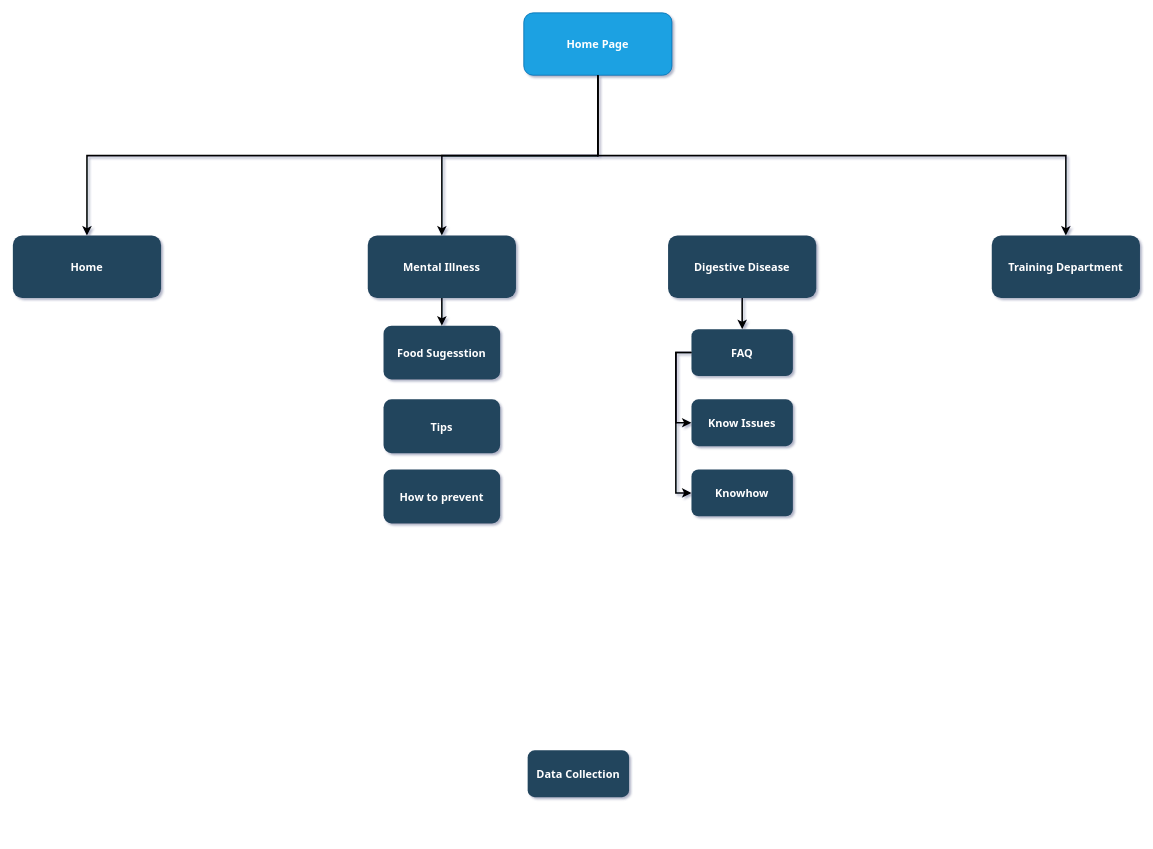
SeakmengChheang/hw5-6 keeps this draw.io diagram as Untitled Diagram.drawio. Above is the earlier version. Source tidied: cells renumbered, new cells numbered last; positions are measured from the earlier drawing's top-left corner, leaving out a move shared by most shapes. Both pictures are drawn from the tidied source at 78%, with x=0, y=0 at pixel (12, 12).
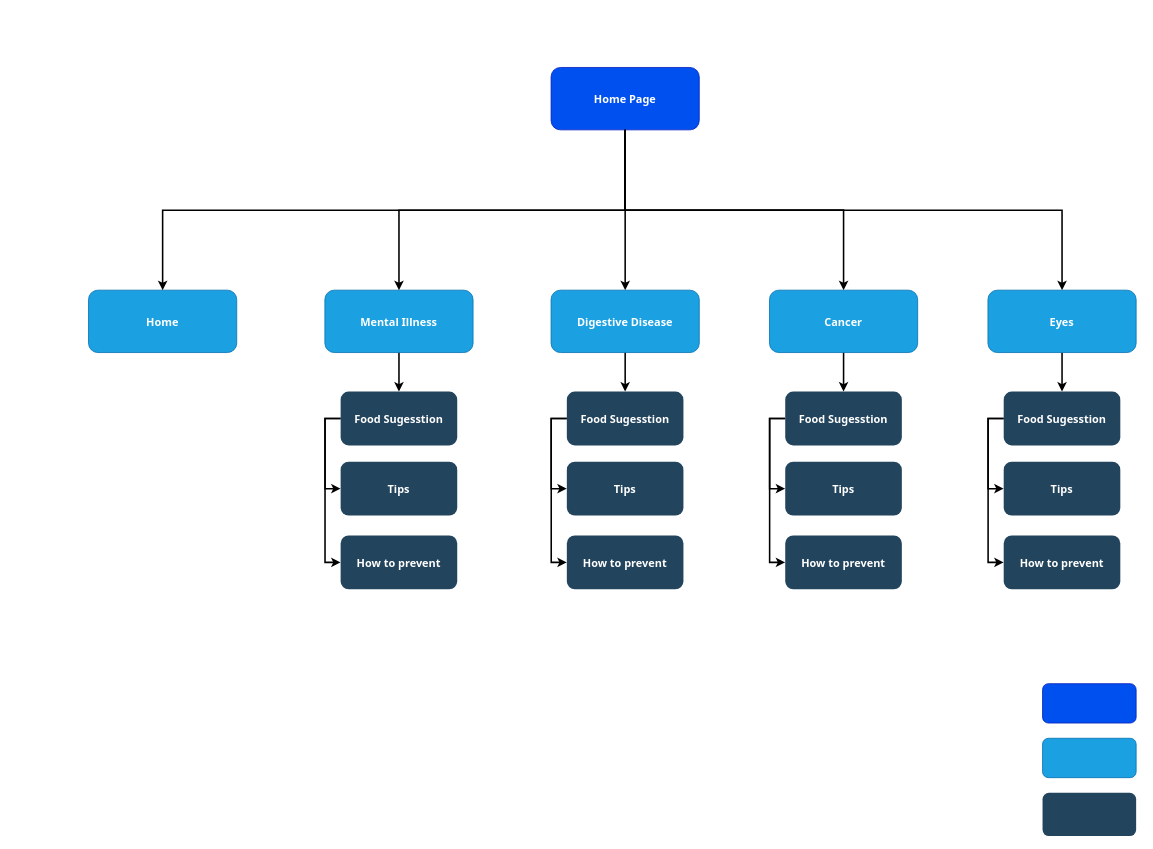
The same diagram, later.

Diff of the diagram source:
```diff
@@
-<mxGraphModel background="#ffffff" shadow="1">
+<mxGraphModel>
@@
+    <mxCell id="21" style="edgeStyle=orthogonalEdgeStyle;rounded=0;jettySize=auto;html=1;exitX=0.5;exitY=1;exitDx=0;exitDy=0;entryX=0.5;entryY=0;entryDx=0;entryDy=0;strokeWidth=2;" parent="1" edge="1" source="2" target="5">
+      <mxGeometry relative="1" as="geometry" />
+    </mxCell>
+    <mxCell id="22" style="edgeStyle=orthogonalEdgeStyle;rounded=0;jettySize=auto;html=1;exitX=0.5;exitY=1;exitDx=0;exitDy=0;entryX=0.5;entryY=0;entryDx=0;entryDy=0;strokeWidth=2;" parent="1" edge="1" source="2" target="33">
+      <mxGeometry relative="1" as="geometry" />
+    </mxCell>
-    <mxCell id="2" value="Home Page" style="rounded=1;fillColor=#1ba1e2;strokeColor=#006EAF;fontStyle=1;fontFamily=Tahoma;fontSize=14;glass=0;fontColor=#ffffff;" parent="1" vertex="1">
-      <mxGeometry x="655" width="190" height="80" as="geometry" />
+    <mxCell id="2" value="Home Page" style="rounded=1;fillColor=#0050ef;strokeColor=#001DBC;fontStyle=1;fontFamily=Tahoma;fontSize=14;glass=0;fontColor=#ffffff;" parent="1" vertex="1">
+      <mxGeometry x="690" y="70" width="190" height="80" as="geometry" />
     </mxCell>
-    <mxCell id="3" value="Training Department" style="rounded=1;fillColor=#23445D;gradientColor=none;strokeColor=none;fontColor=#FFFFFF;fontStyle=1;fontFamily=Tahoma;fontSize=14;" parent="1" vertex="1">
-      <mxGeometry x="1255" y="285.5" width="190" height="80" as="geometry" />
-    </mxCell>
-    <mxCell id="4" style="edgeStyle=elbowEdgeStyle;elbow=vertical;strokeWidth=2;rounded=0;" parent="1" edge="1" source="2" target="3">
-      <mxGeometry x="337" y="215.5" as="geometry" />
+    <mxCell id="4" style="edgeStyle=elbowEdgeStyle;elbow=vertical;strokeWidth=2;rounded=0;entryX=0.5;entryY=0;entryDx=0;entryDy=0;" parent="1" edge="1" source="2" target="40">
+      <mxGeometry x="434" y="285.5" as="geometry" />
     </mxCell>
-    <mxCell id="5" value="Digestive Disease" style="rounded=1;fillColor=#23445D;gradientColor=none;strokeColor=none;fontColor=#FFFFFF;fontStyle=1;fontFamily=Tahoma;fontSize=14;" parent="1" vertex="1">
-      <mxGeometry x="840" y="285.5" width="190" height="80" as="geometry" />
-    </mxCell>
+    <mxCell id="17" style="edgeStyle=orthogonalEdgeStyle;rounded=0;jettySize=auto;html=1;strokeWidth=2;" parent="1" edge="1" source="6" target="8">
+      <mxGeometry relative="1" as="geometry" />
+    </mxCell>
-    <mxCell id="6" value="Mental Illness" style="rounded=1;fillColor=#23445D;gradientColor=none;strokeColor=none;fontColor=#FFFFFF;fontStyle=1;fontFamily=Tahoma;fontSize=14;" parent="1" vertex="1">
-      <mxGeometry x="455" y="285.5" width="190" height="80" as="geometry" />
+    <mxCell id="6" value="Mental Illness" style="rounded=1;fillColor=#1ba1e2;strokeColor=#006EAF;fontColor=#ffffff;fontStyle=1;fontFamily=Tahoma;fontSize=14;" parent="1" vertex="1">
+      <mxGeometry x="400" y="355.5" width="190" height="80" as="geometry" />
     </mxCell>
-    <mxCell id="7" value="Home" style="rounded=1;fillColor=#23445D;gradientColor=none;strokeColor=none;fontColor=#FFFFFF;fontStyle=1;fontFamily=Tahoma;fontSize=14;" parent="1" vertex="1">
-      <mxGeometry y="285.5" width="190" height="80" as="geometry" />
+    <mxCell id="7" value="Home" style="rounded=1;fillColor=#1ba1e2;strokeColor=#006EAF;fontColor=#ffffff;fontStyle=1;fontFamily=Tahoma;fontSize=14;" parent="1" vertex="1">
+      <mxGeometry x="97" y="355.5" width="190" height="80" as="geometry" />
     </mxCell>
+    <mxCell id="23" style="edgeStyle=orthogonalEdgeStyle;rounded=0;jettySize=auto;html=1;exitX=0;exitY=0.5;exitDx=0;exitDy=0;entryX=0;entryY=0.5;entryDx=0;entryDy=0;strokeWidth=2;" parent="1" edge="1" source="8" target="20">
+      <mxGeometry relative="1" as="geometry" />
+    </mxCell>
+    <mxCell id="24" style="edgeStyle=orthogonalEdgeStyle;rounded=0;jettySize=auto;html=1;exitX=0;exitY=0.5;exitDx=0;exitDy=0;entryX=0;entryY=0.5;entryDx=0;entryDy=0;strokeWidth=2;" parent="1" edge="1" source="8" target="25">
+      <mxGeometry relative="1" as="geometry" />
+    </mxCell>
     <mxCell id="8" value="Food Sugesstion" style="rounded=1;fillColor=#23445D;gradientColor=none;strokeColor=none;fontColor=#FFFFFF;fontStyle=1;fontFamily=Tahoma;fontSize=14;glass=0;shadow=0;" parent="1" vertex="1">
-      <mxGeometry x="475.2" y="401" width="149.5" height="69" as="geometry" />
+      <mxGeometry x="420.2" y="485.5" width="149.5" height="69" as="geometry" />
     </mxCell>
-    <mxCell id="9" value="Data Collection" style="rounded=1;fillColor=#23445D;gradientColor=none;strokeColor=none;fontColor=#FFFFFF;fontStyle=1;fontFamily=Tahoma;fontSize=14;" parent="1" vertex="1">
-      <mxGeometry x="660" y="945.5" width="130" height="60" as="geometry" />
-    </mxCell>
-    <mxCell id="10" value="FAQ" style="rounded=1;fillColor=#23445D;gradientColor=none;strokeColor=none;fontColor=#FFFFFF;fontStyle=1;fontFamily=Tahoma;fontSize=14;" parent="1" vertex="1">
-      <mxGeometry x="870" y="405.5" width="130" height="60" as="geometry" />
-    </mxCell>
-    <mxCell id="11" value="Know Issues" style="rounded=1;fillColor=#23445D;gradientColor=none;strokeColor=none;fontColor=#FFFFFF;fontStyle=1;fontFamily=Tahoma;fontSize=14;" parent="1" vertex="1">
-      <mxGeometry x="870" y="495.5" width="130" height="60" as="geometry" />
-    </mxCell>
-    <mxCell id="12" value="Knowhow" style="rounded=1;fillColor=#23445D;gradientColor=none;strokeColor=none;fontColor=#FFFFFF;fontStyle=1;fontFamily=Tahoma;fontSize=14;" parent="1" vertex="1">
-      <mxGeometry x="870" y="585.5" width="130" height="60" as="geometry" />
-    </mxCell>
     <mxCell id="13" style="edgeStyle=elbowEdgeStyle;elbow=vertical;strokeWidth=2;rounded=0;" parent="1" edge="1" source="2" target="6">
-      <mxGeometry x="347" y="225.5" as="geometry" />
+      <mxGeometry x="444" y="295.5" as="geometry" />
     </mxCell>
     <mxCell id="14" style="edgeStyle=elbowEdgeStyle;elbow=vertical;strokeWidth=2;rounded=0;" parent="1" edge="1" source="2" target="7">
-      <mxGeometry x="-23" y="135.5" as="geometry" />
+      <mxGeometry x="74" y="205.5" as="geometry" />
     </mxCell>
-    <mxCell id="15" style="edgeStyle=elbowEdgeStyle;elbow=horizontal;strokeWidth=2;rounded=0;" parent="1" edge="1" source="10" target="11">
-      <mxGeometry x="-23" y="135.5" as="geometry">
-        <Array as="points">
-          <mxPoint x="850" y="485.5" />
-        </Array>
-      </mxGeometry>
-    </mxCell>
-    <mxCell id="16" style="edgeStyle=elbowEdgeStyle;elbow=horizontal;strokeWidth=2;rounded=0;" parent="1" edge="1" source="10" target="12">
-      <mxGeometry x="-23" y="135.5" as="geometry">
-        <Array as="points">
-          <mxPoint x="850" y="535.5" />
-        </Array>
-      </mxGeometry>
-    </mxCell>
-    <mxCell id="17" style="edgeStyle=elbowEdgeStyle;elbow=vertical;strokeWidth=2;rounded=0;" parent="1" edge="1" source="6" target="8">
-      <mxGeometry x="-23" y="135.5" as="geometry" />
-    </mxCell>
-    <mxCell id="18" style="edgeStyle=elbowEdgeStyle;elbow=vertical;strokeWidth=2;rounded=0;" parent="1" edge="1" source="5" target="10">
-      <mxGeometry x="-23" y="135.5" as="geometry" />
-    </mxCell>
-    <mxCell id="19" value="Tips" style="rounded=1;fillColor=#23445D;gradientColor=none;strokeColor=none;fontColor=#FFFFFF;fontStyle=1;fontFamily=Tahoma;fontSize=14;glass=0;shadow=0;" parent="1" vertex="1">
-      <mxGeometry x="475.2" y="495.5" width="149.5" height="69" as="geometry" />
-    </mxCell>
     <mxCell id="20" value="How to prevent" style="rounded=1;fillColor=#23445D;gradientColor=none;strokeColor=none;fontColor=#FFFFFF;fontStyle=1;fontFamily=Tahoma;fontSize=14;glass=0;shadow=0;" parent="1" vertex="1">
-      <mxGeometry x="475.2" y="585.5" width="149.5" height="69" as="geometry" />
+      <mxGeometry x="420.2" y="670" width="149.5" height="69" as="geometry" />
     </mxCell>
+    <mxCell id="25" value="Tips" style="rounded=1;fillColor=#23445D;gradientColor=none;strokeColor=none;fontColor=#FFFFFF;fontStyle=1;fontFamily=Tahoma;fontSize=14;glass=0;shadow=0;" parent="1" vertex="1">
+      <mxGeometry x="420.2" y="575.5" width="149.5" height="69" as="geometry" />
+    </mxCell>
+    <mxCell id="26" style="edgeStyle=orthogonalEdgeStyle;rounded=0;jettySize=auto;html=1;strokeWidth=2;" parent="1" edge="1" source="5" target="29">
+      <mxGeometry relative="1" as="geometry" />
+    </mxCell>
+    <mxCell id="5" value="Digestive Disease" style="rounded=1;fillColor=#1ba1e2;strokeColor=#006EAF;fontColor=#ffffff;fontStyle=1;fontFamily=Tahoma;fontSize=14;" parent="1" vertex="1">
+      <mxGeometry x="690" y="355.5" width="190" height="80" as="geometry" />
+    </mxCell>
+    <mxCell id="27" style="edgeStyle=orthogonalEdgeStyle;rounded=0;jettySize=auto;html=1;exitX=0;exitY=0.5;exitDx=0;exitDy=0;entryX=0;entryY=0.5;entryDx=0;entryDy=0;strokeWidth=2;" parent="1" edge="1" source="29" target="30">
+      <mxGeometry relative="1" as="geometry" />
+    </mxCell>
+    <mxCell id="28" style="edgeStyle=orthogonalEdgeStyle;rounded=0;jettySize=auto;html=1;exitX=0;exitY=0.5;exitDx=0;exitDy=0;entryX=0;entryY=0.5;entryDx=0;entryDy=0;strokeWidth=2;" parent="1" edge="1" source="29" target="31">
+      <mxGeometry relative="1" as="geometry" />
+    </mxCell>
+    <mxCell id="29" value="Food Sugesstion" style="rounded=1;fillColor=#23445D;gradientColor=none;strokeColor=none;fontColor=#FFFFFF;fontStyle=1;fontFamily=Tahoma;fontSize=14;glass=0;shadow=0;" parent="1" vertex="1">
+      <mxGeometry x="710.2" y="485.5" width="149.5" height="69" as="geometry" />
+    </mxCell>
+    <mxCell id="30" value="How to prevent" style="rounded=1;fillColor=#23445D;gradientColor=none;strokeColor=none;fontColor=#FFFFFF;fontStyle=1;fontFamily=Tahoma;fontSize=14;glass=0;shadow=0;" parent="1" vertex="1">
+      <mxGeometry x="710.2" y="670" width="149.5" height="69" as="geometry" />
+    </mxCell>
+    <mxCell id="31" value="Tips" style="rounded=1;fillColor=#23445D;gradientColor=none;strokeColor=none;fontColor=#FFFFFF;fontStyle=1;fontFamily=Tahoma;fontSize=14;glass=0;shadow=0;" parent="1" vertex="1">
+      <mxGeometry x="710.2" y="575.5" width="149.5" height="69" as="geometry" />
+    </mxCell>
+    <mxCell id="32" style="edgeStyle=orthogonalEdgeStyle;rounded=0;jettySize=auto;html=1;strokeWidth=2;" parent="1" edge="1" source="33" target="36">
+      <mxGeometry relative="1" as="geometry" />
+    </mxCell>
+    <mxCell id="33" value="Cancer" style="rounded=1;fillColor=#1ba1e2;strokeColor=#006EAF;fontColor=#ffffff;fontStyle=1;fontFamily=Tahoma;fontSize=14;" parent="1" vertex="1">
+      <mxGeometry x="970" y="355.5" width="190" height="80" as="geometry" />
+    </mxCell>
+    <mxCell id="34" style="edgeStyle=orthogonalEdgeStyle;rounded=0;jettySize=auto;html=1;exitX=0;exitY=0.5;exitDx=0;exitDy=0;entryX=0;entryY=0.5;entryDx=0;entryDy=0;strokeWidth=2;" parent="1" edge="1" source="36" target="37">
+      <mxGeometry relative="1" as="geometry" />
+    </mxCell>
+    <mxCell id="35" style="edgeStyle=orthogonalEdgeStyle;rounded=0;jettySize=auto;html=1;exitX=0;exitY=0.5;exitDx=0;exitDy=0;entryX=0;entryY=0.5;entryDx=0;entryDy=0;strokeWidth=2;" parent="1" edge="1" source="36" target="38">
+      <mxGeometry relative="1" as="geometry" />
+    </mxCell>
+    <mxCell id="36" value="Food Sugesstion" style="rounded=1;fillColor=#23445D;gradientColor=none;strokeColor=none;fontColor=#FFFFFF;fontStyle=1;fontFamily=Tahoma;fontSize=14;glass=0;shadow=0;" parent="1" vertex="1">
+      <mxGeometry x="990.2" y="485.5" width="149.5" height="69" as="geometry" />
+    </mxCell>
+    <mxCell id="37" value="How to prevent" style="rounded=1;fillColor=#23445D;gradientColor=none;strokeColor=none;fontColor=#FFFFFF;fontStyle=1;fontFamily=Tahoma;fontSize=14;glass=0;shadow=0;" parent="1" vertex="1">
+      <mxGeometry x="990.2" y="670" width="149.5" height="69" as="geometry" />
+    </mxCell>
+    <mxCell id="38" value="Tips" style="rounded=1;fillColor=#23445D;gradientColor=none;strokeColor=none;fontColor=#FFFFFF;fontStyle=1;fontFamily=Tahoma;fontSize=14;glass=0;shadow=0;" parent="1" vertex="1">
+      <mxGeometry x="990.2" y="575.5" width="149.5" height="69" as="geometry" />
+    </mxCell>
+    <mxCell id="39" style="edgeStyle=orthogonalEdgeStyle;rounded=0;jettySize=auto;html=1;strokeWidth=2;" parent="1" edge="1" source="40" target="43">
+      <mxGeometry relative="1" as="geometry" />
+    </mxCell>
+    <mxCell id="40" value="Eyes" style="rounded=1;fillColor=#1ba1e2;strokeColor=#006EAF;fontColor=#ffffff;fontStyle=1;fontFamily=Tahoma;fontSize=14;" parent="1" vertex="1">
+      <mxGeometry x="1250.1" y="355.5" width="190" height="80" as="geometry" />
+    </mxCell>
+    <mxCell id="41" style="edgeStyle=orthogonalEdgeStyle;rounded=0;jettySize=auto;html=1;exitX=0;exitY=0.5;exitDx=0;exitDy=0;entryX=0;entryY=0.5;entryDx=0;entryDy=0;strokeWidth=2;" parent="1" edge="1" source="43" target="44">
+      <mxGeometry relative="1" as="geometry" />
+    </mxCell>
+    <mxCell id="42" style="edgeStyle=orthogonalEdgeStyle;rounded=0;jettySize=auto;html=1;exitX=0;exitY=0.5;exitDx=0;exitDy=0;entryX=0;entryY=0.5;entryDx=0;entryDy=0;strokeWidth=2;" parent="1" edge="1" source="43" target="45">
+      <mxGeometry relative="1" as="geometry" />
+    </mxCell>
+    <mxCell id="43" value="Food Sugesstion" style="rounded=1;fillColor=#23445D;gradientColor=none;strokeColor=none;fontColor=#FFFFFF;fontStyle=1;fontFamily=Tahoma;fontSize=14;glass=0;shadow=0;" parent="1" vertex="1">
+      <mxGeometry x="1270.3" y="485.5" width="149.5" height="69" as="geometry" />
+    </mxCell>
+    <mxCell id="44" value="How to prevent" style="rounded=1;fillColor=#23445D;gradientColor=none;strokeColor=none;fontColor=#FFFFFF;fontStyle=1;fontFamily=Tahoma;fontSize=14;glass=0;shadow=0;" parent="1" vertex="1">
+      <mxGeometry x="1270.3" y="670" width="149.5" height="69" as="geometry" />
+    </mxCell>
+    <mxCell id="45" value="Tips" style="rounded=1;fillColor=#23445D;gradientColor=none;strokeColor=none;fontColor=#FFFFFF;fontStyle=1;fontFamily=Tahoma;fontSize=14;glass=0;shadow=0;" parent="1" vertex="1">
+      <mxGeometry x="1270.3" y="575.5" width="149.5" height="69" as="geometry" />
+    </mxCell>
+    <mxCell id="46" style="rounded=1;fillColor=#0050ef;strokeColor=#001DBC;fontStyle=1;fontFamily=Tahoma;fontSize=14;glass=0;fontColor=#ffffff;" parent="1" vertex="1">
+      <mxGeometry x="1320.1" y="860" width="120" height="50.5" as="geometry" />
+    </mxCell>
+    <mxCell id="47" style="rounded=1;fillColor=#1ba1e2;strokeColor=#006EAF;fontColor=#ffffff;fontStyle=1;fontFamily=Tahoma;fontSize=14;" parent="1" vertex="1">
+      <mxGeometry x="1320.1" y="930" width="120" height="50.5" as="geometry" />
+    </mxCell>
+    <mxCell id="48" style="rounded=1;fillColor=#23445D;gradientColor=none;strokeColor=none;fontColor=#FFFFFF;fontStyle=1;fontFamily=Tahoma;fontSize=14;glass=0;shadow=0;" parent="1" vertex="1">
+      <mxGeometry x="1320.1" y="1000" width="120" height="55.4" as="geometry" />
+    </mxCell>
```
